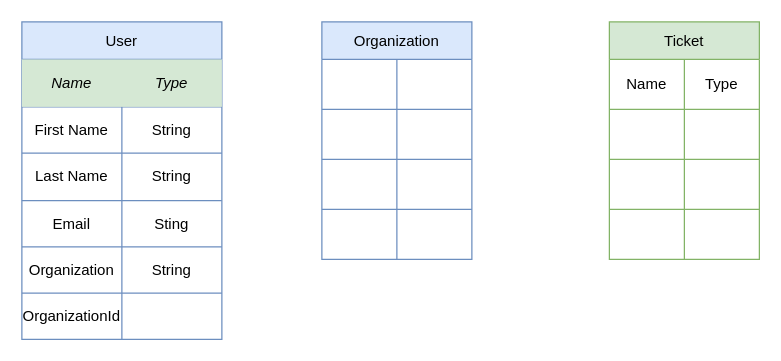
s3un/system-architecture keeps this draw.io diagram as page "Resources" (2 of 4) of Untitled Diagram.drawio. Above is the earlier version. Source tidied: cells renumbered, new cells numbered last; positions are measured from the earlier drawing's top-left corner, leaving out a move shared by most shapes. Both pictures are drawn from the tidied source at 125%, with x=0, y=0 at pixel (21, 21).
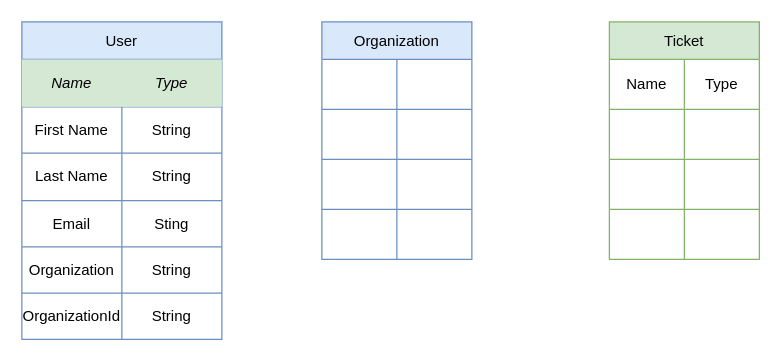
After the change.

The change refers to these unchanged cells:
```xml
<mxCell id="18" style="shape=tableRow;horizontal=0;startSize=0;swimlaneHead=0;swimlaneBody=0;strokeColor=inherit;top=0;left=0;bottom=0;right=0;fillColor=none;" parent="2" vertex="1">
  <mxGeometry y="217" width="160" height="37" as="geometry" />
</mxCell>
```

Diff of the diagram source:
```diff
@@
-    <mxCell id="20" style="shape=partialRectangle;html=1;whiteSpace=wrap;strokeColor=inherit;overflow=hidden;fillColor=none;top=0;left=0;bottom=0;right=0;" parent="18" vertex="1">
+    <mxCell id="20" value="String" style="shape=partialRectangle;html=1;whiteSpace=wrap;strokeColor=inherit;overflow=hidden;fillColor=none;top=0;left=0;bottom=0;right=0;" parent="18" vertex="1">
       <mxGeometry x="80" width="80" height="37" as="geometry" />
     </mxCell>
```
